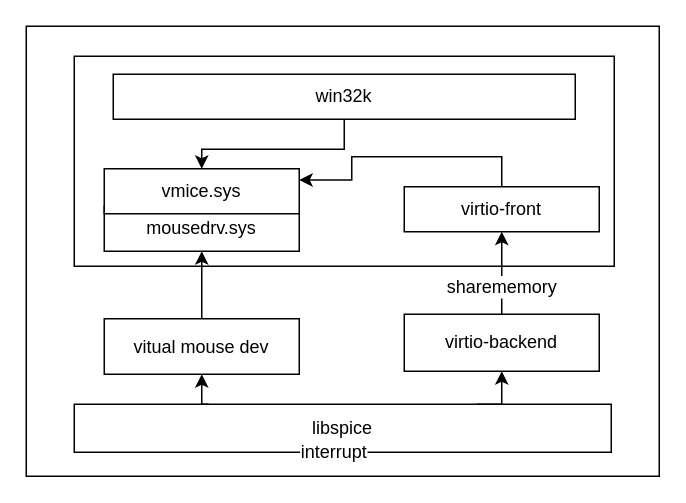
Above: 未命名表单.drawio in ddm1233/test (draw.io), before the change. Source tidied: cells renumbered, new cells numbered last; positions are measured from the earlier drawing's top-left corner, leaving out a move shared by most shapes. Both pictures are drawn from the tidied source at 150%, with x=0, y=0 at pixel (26, 26).
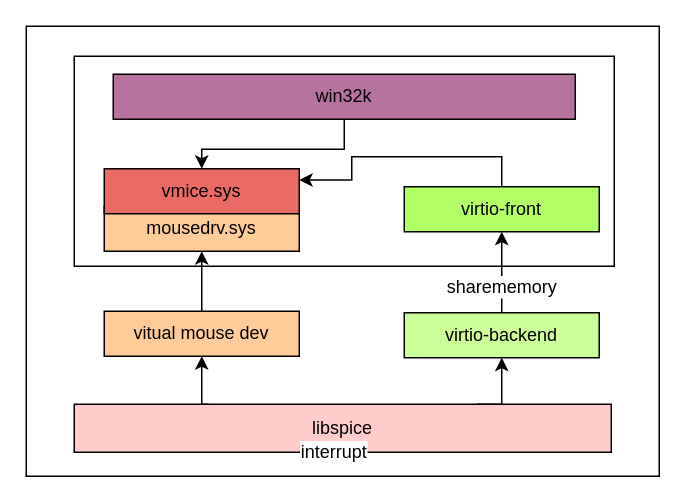
Above is the later version.

What changed in the source:
```diff
@@
-    <mxCell id="5" value="vitual mouse dev" style="rounded=0;whiteSpace=wrap;html=1;" parent="1" vertex="1">
-      <mxGeometry x="52" y="195" width="130" height="37" as="geometry" />
+    <mxCell id="5" value="vitual mouse dev" style="rounded=0;whiteSpace=wrap;html=1;fillColor=#FFCC99;" parent="1" vertex="1">
+      <mxGeometry x="52" y="190" width="130" height="30" as="geometry" />
     </mxCell>
@@
-    <mxCell id="8" value="virtio-backend" style="rounded=0;whiteSpace=wrap;html=1;" parent="1" vertex="1">
-      <mxGeometry x="252" y="192" width="130" height="38" as="geometry" />
+    <mxCell id="8" value="virtio-backend" style="rounded=0;whiteSpace=wrap;html=1;fillColor=#CCFF99;" parent="1" vertex="1">
+      <mxGeometry x="252" y="191" width="130" height="30" as="geometry" />
     </mxCell>
@@
-    <mxCell id="11" value="libspice" style="rounded=0;whiteSpace=wrap;html=1;" parent="1" vertex="1">
+    <mxCell id="11" value="libspice" style="rounded=0;whiteSpace=wrap;html=1;fillColor=#FFCCCC;" parent="1" vertex="1">
       <mxGeometry x="32" y="252" width="358" height="32" as="geometry" />
     </mxCell>
@@
-    <mxCell id="13" value="virtio-front" style="rounded=0;whiteSpace=wrap;html=1;" parent="1" vertex="1">
+    <mxCell id="13" value="virtio-front" style="rounded=0;whiteSpace=wrap;html=1;fillColor=#B3FF66;" parent="1" vertex="1">
       <mxGeometry x="252" y="107" width="130" height="30" as="geometry" />
     </mxCell>
-    <mxCell id="14" value="mousedrv.sys" style="rounded=0;whiteSpace=wrap;html=1;" parent="1" vertex="1">
+    <mxCell id="14" value="mousedrv.sys" style="rounded=0;whiteSpace=wrap;html=1;fillColor=#FFCC99;" parent="1" vertex="1">
       <mxGeometry x="52" y="120" width="130" height="30" as="geometry" />
     </mxCell>
@@
-    <mxCell id="16" value="win32k" style="rounded=0;whiteSpace=wrap;html=1;" parent="1" vertex="1">
+    <mxCell id="16" value="win32k" style="rounded=0;whiteSpace=wrap;html=1;fillColor=#B5739D;" parent="1" vertex="1">
       <mxGeometry x="58" y="32" width="308" height="30" as="geometry" />
     </mxCell>
-    <mxCell id="17" value="vmice.sys" style="rounded=0;whiteSpace=wrap;html=1;" parent="1" vertex="1">
+    <mxCell id="17" value="vmice.sys" style="rounded=0;whiteSpace=wrap;html=1;fillColor=#EA6B66;" parent="1" vertex="1">
       <mxGeometry x="52" y="95" width="130" height="30" as="geometry" />
     </mxCell>
```
